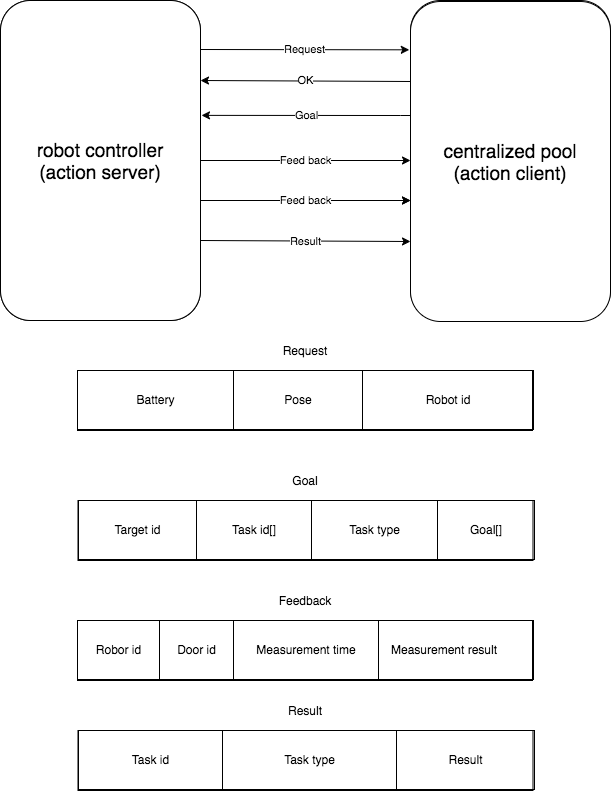
Earlier version of the draw.io export Thesis/content/images/ch3/communication_protocals.drawio.png (xuanjiao/master_thesis). Source tidied: cells renumbered, new cells last; positions are measured from the earlier drawing's top-left corner, leaving out a move shared by most shapes.
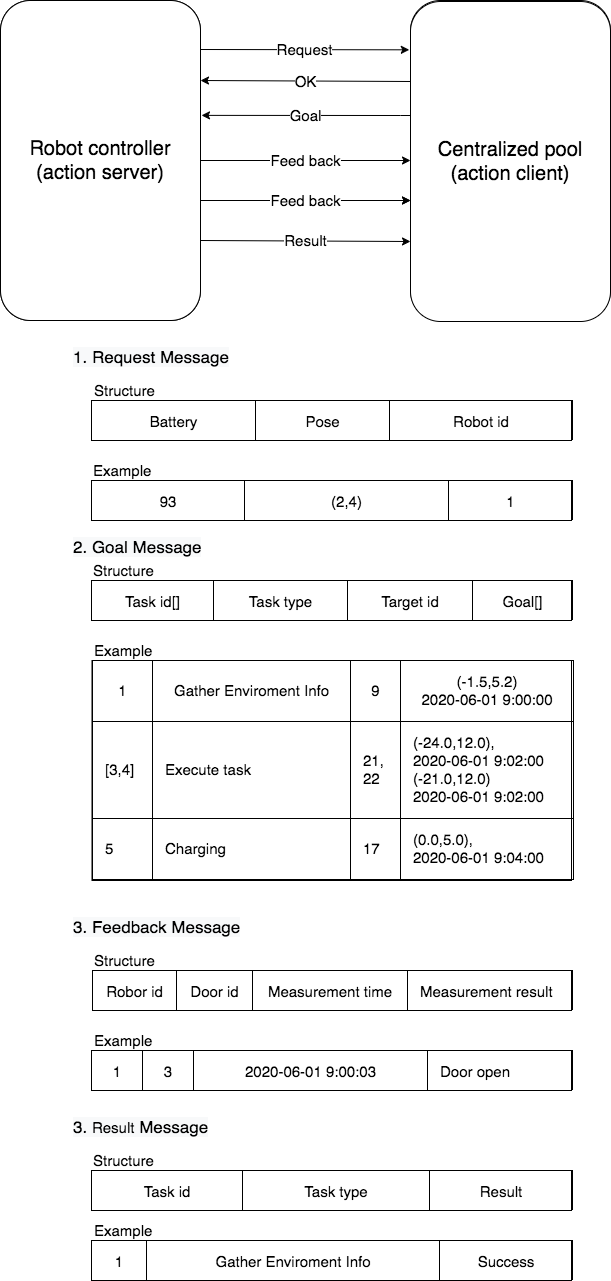
The same diagram one commit later.

What changed in the source:
```diff
@@ -4,3 +4,3 @@
     <mxCell id="1" parent="0" />
-    <mxCell id="2" value="Feed back" style="edgeStyle=orthogonalEdgeStyle;rounded=0;jettySize=auto;html=1;" parent="1" edge="1" source="3" target="5">
+    <mxCell id="2" value="Feed back" style="edgeStyle=orthogonalEdgeStyle;rounded=0;jettySize=auto;html=1;fontSize=15;" parent="1" edge="1" source="3" target="5">
       <mxGeometry relative="1" as="geometry" />
@@ -10,3 +10,3 @@
     </mxCell>
-    <mxCell id="4" value="Goal" style="edgeStyle=orthogonalEdgeStyle;rounded=0;jettySize=auto;html=1;entryX=1.005;entryY=0.359;entryDx=0;entryDy=0;entryPerimeter=0;" parent="1" edge="1" source="5" target="3">
+    <mxCell id="4" value="Goal" style="edgeStyle=orthogonalEdgeStyle;rounded=0;jettySize=auto;html=1;entryX=1.005;entryY=0.359;entryDx=0;entryDy=0;entryPerimeter=0;fontSize=15;" parent="1" edge="1" source="5" target="3">
       <mxGeometry relative="1" as="geometry">
@@ -21,3 +21,3 @@
     </mxCell>
-    <mxCell id="6" value="feed back" style="edgeStyle=orthogonalEdgeStyle;rounded=0;orthogonalLoop=1;jettySize=auto;html=1;" parent="1" edge="1">
+    <mxCell id="6" value="feed back" style="edgeStyle=orthogonalEdgeStyle;rounded=0;orthogonalLoop=1;jettySize=auto;html=1;fontSize=15;" parent="1" edge="1">
       <mxGeometry relative="1" as="geometry">
@@ -27,9 +27,9 @@
     </mxCell>
-    <mxCell id="7" value="&lt;font style=&quot;font-size: 19px&quot;&gt;robot controller&lt;br&gt;(action server)&lt;br&gt;&lt;/font&gt;" style="rounded=1;whiteSpace=wrap;html=1;glass=0;" parent="1" vertex="1">
+    <mxCell id="7" value="&lt;font style=&quot;font-size: 20px&quot;&gt;Robot controller&lt;br&gt;(action server)&lt;br&gt;&lt;/font&gt;" style="rounded=1;whiteSpace=wrap;html=1;glass=0;" parent="1" vertex="1">
       <mxGeometry width="200" height="320" as="geometry" />
     </mxCell>
-    <mxCell id="8" value="&lt;font style=&quot;font-size: 19px&quot;&gt;centralized pool&lt;br&gt;(action client)&lt;br&gt;&lt;/font&gt;" style="rounded=1;whiteSpace=wrap;html=1;" parent="1" vertex="1">
+    <mxCell id="8" value="&lt;font style=&quot;font-size: 20px&quot;&gt;Centralized pool&lt;br&gt;(action client)&lt;br&gt;&lt;/font&gt;" style="rounded=1;whiteSpace=wrap;html=1;" parent="1" vertex="1">
       <mxGeometry x="410" y="1" width="200" height="320" as="geometry" />
     </mxCell>
-    <mxCell id="9" value="Feed back" style="edgeStyle=orthogonalEdgeStyle;rounded=0;orthogonalLoop=1;jettySize=auto;html=1;" parent="1" edge="1">
+    <mxCell id="9" value="Feed back" style="edgeStyle=orthogonalEdgeStyle;rounded=0;orthogonalLoop=1;jettySize=auto;html=1;fontSize=15;" parent="1" edge="1">
       <mxGeometry relative="1" as="geometry">
@@ -39,9 +39,9 @@
     </mxCell>
-    <mxCell id="10" value="Result" style="endArrow=classic;html=1;exitX=1;exitY=0.75;exitDx=0;exitDy=0;entryX=0;entryY=0.75;entryDx=0;entryDy=0;" parent="1" edge="1" source="7" target="8">
+    <mxCell id="10" value="Result" style="endArrow=classic;html=1;exitX=1;exitY=0.75;exitDx=0;exitDy=0;entryX=0;entryY=0.75;entryDx=0;entryDy=0;fontSize=15;" parent="1" edge="1" source="7" target="8">
       <mxGeometry relative="1" as="geometry" />
     </mxCell>
-    <mxCell id="11" value="OK" style="endArrow=classic;html=1;entryX=1;entryY=0.25;entryDx=0;entryDy=0;exitX=0;exitY=0.25;exitDx=0;exitDy=0;" parent="1" edge="1" source="8" target="7">
+    <mxCell id="11" value="OK" style="endArrow=classic;html=1;entryX=1;entryY=0.25;entryDx=0;entryDy=0;exitX=0;exitY=0.25;exitDx=0;exitDy=0;fontSize=15;" parent="1" edge="1" source="8" target="7">
       <mxGeometry relative="1" as="geometry" />
     </mxCell>
-    <mxCell id="12" value="Request" style="endArrow=classic;html=1;entryX=-0.006;entryY=0.151;entryDx=0;entryDy=0;entryPerimeter=0;" parent="1" edge="1" target="8">
+    <mxCell id="12" value="&lt;font style=&quot;font-size: 15px;&quot;&gt;Request&lt;/font&gt;" style="endArrow=classic;html=1;entryX=-0.006;entryY=0.151;entryDx=0;entryDy=0;entryPerimeter=0;fontSize=15;" parent="1" edge="1" target="8">
       <mxGeometry relative="1" as="geometry">
@@ -50,26 +50,62 @@
     </mxCell>
-    <mxCell id="13" value="&lt;table border=&quot;1&quot; width=&quot;100%&quot; style=&quot;width: 100% ; height: 100% ; border-collapse: collapse ; border: 1px solid rgb(0 , 0 , 0)&quot; cellpadding=&quot;12&quot;&gt;&lt;tbody&gt;&lt;tr&gt;&lt;td align=&quot;center&quot;&gt;Battery&lt;/td&gt;&lt;td align=&quot;center&quot;&gt;Pose&lt;/td&gt;&lt;td align=&quot;center&quot;&gt;Robot id&lt;/td&gt;&lt;/tr&gt;&lt;/tbody&gt;&lt;/table&gt;" style="text;html=1;strokeColor=#000000;fillColor=none;overflow=fill;shadow=0;labelBackgroundColor=none;glass=0;labelBorderColor=none;" parent="1" vertex="1">
-      <mxGeometry x="77" y="370" width="455" height="60" as="geometry" />
+    <mxCell id="13" value="&lt;table border=&quot;1&quot; width=&quot;100%&quot; style=&quot;width: 100%; height: 100%; border-collapse: collapse; border: 1px solid rgb(0, 0, 0); font-size: 15px;&quot; cellpadding=&quot;12&quot;&gt;&lt;tbody style=&quot;font-size: 15px;&quot;&gt;&lt;tr style=&quot;font-size: 15px;&quot;&gt;&lt;td align=&quot;center&quot; style=&quot;font-size: 15px;&quot;&gt;&lt;font style=&quot;font-size: 15px;&quot;&gt;Battery&lt;/font&gt;&lt;/td&gt;&lt;td align=&quot;center&quot; style=&quot;font-size: 15px;&quot;&gt;&lt;font style=&quot;font-size: 15px;&quot;&gt;Pose&lt;/font&gt;&lt;/td&gt;&lt;td align=&quot;center&quot; style=&quot;font-size: 15px;&quot;&gt;&lt;font style=&quot;font-size: 15px;&quot;&gt;Robot id&lt;/font&gt;&lt;/td&gt;&lt;/tr&gt;&lt;/tbody&gt;&lt;/table&gt;" style="text;html=1;strokeColor=#000000;fillColor=none;overflow=fill;shadow=0;labelBackgroundColor=none;glass=0;labelBorderColor=none;fontSize=15;" parent="1" vertex="1">
+      <mxGeometry x="91" y="400" width="480" height="40" as="geometry" />
     </mxCell>
-    <mxCell id="14" value="Request" style="text;html=1;strokeColor=none;fillColor=none;align=center;verticalAlign=middle;whiteSpace=wrap;rounded=0;shadow=0;glass=0;labelBackgroundColor=none;" parent="1" vertex="1">
-      <mxGeometry x="285" y="340" width="40" height="20" as="geometry" />
+    <mxCell id="14" value="Structure" style="text;html=1;strokeColor=none;fillColor=none;align=left;verticalAlign=middle;whiteSpace=wrap;rounded=0;shadow=0;glass=0;labelBackgroundColor=none;fontSize=15;" parent="1" vertex="1">
+      <mxGeometry x="91.5" y="380" width="124" height="20" as="geometry" />
     </mxCell>
-    <mxCell id="15" value="&lt;table border=&quot;1&quot; width=&quot;100%&quot; style=&quot;width: 100% ; height: 100% ; border-collapse: collapse ; border: 1px solid rgb(0 , 0 , 0)&quot; cellpadding=&quot;12&quot;&gt;&lt;tbody&gt;&lt;tr&gt;&lt;td align=&quot;center&quot;&gt;Robor id&lt;/td&gt;&lt;td align=&quot;center&quot;&gt;Door id&lt;/td&gt;&lt;td align=&quot;center&quot;&gt;Measurement time&lt;/td&gt;&lt;td&gt;Measurement result&lt;/td&gt;&lt;/tr&gt;&lt;/tbody&gt;&lt;/table&gt;" style="text;html=1;strokeColor=#000000;fillColor=none;overflow=fill;shadow=0;labelBackgroundColor=none;glass=0;labelBorderColor=none;" parent="1" vertex="1">
-      <mxGeometry x="77" y="620" width="455" height="60" as="geometry" />
+    <mxCell id="15" value="&lt;table border=&quot;1&quot; width=&quot;100%&quot; style=&quot;width: 100%; height: 100%; border-collapse: collapse; border: 1px solid rgb(0, 0, 0); font-size: 15px;&quot; cellpadding=&quot;12&quot;&gt;&lt;tbody style=&quot;font-size: 15px;&quot;&gt;&lt;tr style=&quot;font-size: 15px;&quot;&gt;&lt;td align=&quot;center&quot; style=&quot;font-size: 15px;&quot;&gt;Robor id&lt;/td&gt;&lt;td align=&quot;center&quot; style=&quot;font-size: 15px;&quot;&gt;Door id&lt;/td&gt;&lt;td align=&quot;center&quot; style=&quot;font-size: 15px;&quot;&gt;Measurement time&lt;/td&gt;&lt;td style=&quot;font-size: 15px;&quot;&gt;Measurement result&lt;/td&gt;&lt;/tr&gt;&lt;/tbody&gt;&lt;/table&gt;" style="text;html=1;strokeColor=#000000;fillColor=none;overflow=fill;shadow=0;labelBackgroundColor=none;glass=0;labelBorderColor=none;fontSize=15;" parent="1" vertex="1">
+      <mxGeometry x="92" y="970" width="479" height="40" as="geometry" />
     </mxCell>
-    <mxCell id="16" value="Feedback" style="text;html=1;strokeColor=none;fillColor=none;align=center;verticalAlign=middle;whiteSpace=wrap;rounded=0;shadow=0;glass=0;labelBackgroundColor=none;" parent="1" vertex="1">
-      <mxGeometry x="285" y="590" width="40" height="20" as="geometry" />
-    </mxCell>
-    <mxCell id="17" value="&lt;table border=&quot;1&quot; width=&quot;100%&quot; style=&quot;width: 100% ; height: 100% ; border-collapse: collapse ; border: 1px solid rgb(0 , 0 , 0)&quot; cellpadding=&quot;12&quot;&gt;&lt;tbody&gt;&lt;tr&gt;&lt;td align=&quot;center&quot;&gt;Task id&lt;/td&gt;&lt;td align=&quot;center&quot;&gt;Task type&lt;/td&gt;&lt;td align=&quot;center&quot;&gt;Result&lt;/td&gt;&lt;/tr&gt;&lt;/tbody&gt;&lt;/table&gt;" style="text;html=1;strokeColor=#000000;fillColor=none;overflow=fill;shadow=0;labelBackgroundColor=none;glass=0;labelBorderColor=none;" parent="1" vertex="1">
-      <mxGeometry x="77.5" y="730" width="455" height="60" as="geometry" />
+    <mxCell id="17" value="&lt;table border=&quot;1&quot; width=&quot;100%&quot; style=&quot;width: 100%; height: 100%; border-collapse: collapse; border: 1px solid rgb(0, 0, 0); font-size: 15px;&quot; cellpadding=&quot;12&quot;&gt;&lt;tbody style=&quot;font-size: 15px;&quot;&gt;&lt;tr style=&quot;font-size: 15px;&quot;&gt;&lt;td align=&quot;center&quot; style=&quot;font-size: 15px;&quot;&gt;Task id&lt;/td&gt;&lt;td align=&quot;center&quot; style=&quot;font-size: 15px;&quot;&gt;Task type&lt;/td&gt;&lt;td align=&quot;center&quot; style=&quot;font-size: 15px;&quot;&gt;Result&lt;/td&gt;&lt;/tr&gt;&lt;/tbody&gt;&lt;/table&gt;" style="text;html=1;strokeColor=#000000;fillColor=none;overflow=fill;shadow=0;labelBackgroundColor=none;glass=0;labelBorderColor=none;fontSize=15;" parent="1" vertex="1">
+      <mxGeometry x="91" y="1170" width="480" height="40" as="geometry" />
     </mxCell>
-    <mxCell id="18" value="Result" style="text;html=1;strokeColor=none;fillColor=none;align=center;verticalAlign=middle;whiteSpace=wrap;rounded=0;shadow=0;glass=0;labelBackgroundColor=none;" parent="1" vertex="1">
-      <mxGeometry x="285" y="700" width="40" height="20" as="geometry" />
-    </mxCell>
-    <mxCell id="19" value="&lt;table border=&quot;1&quot; width=&quot;100%&quot; style=&quot;width: 100% ; height: 100% ; border-collapse: collapse ; border: 1px solid rgb(0 , 0 , 0)&quot; cellpadding=&quot;12&quot;&gt;&lt;tbody&gt;&lt;tr&gt;&lt;td align=&quot;center&quot;&gt;&lt;span&gt;Target id&lt;/span&gt;&lt;br&gt;&lt;/td&gt;&lt;td style=&quot;text-align: center&quot;&gt;&lt;span&gt;Task id[]&lt;/span&gt;&lt;br&gt;&lt;/td&gt;&lt;td align=&quot;center&quot;&gt;Task type&lt;br&gt;&lt;/td&gt;&lt;td align=&quot;center&quot;&gt;Goal[]&lt;br&gt;&lt;/td&gt;&lt;/tr&gt;&lt;/tbody&gt;&lt;/table&gt;" style="text;html=1;strokeColor=#000000;fillColor=none;overflow=fill;shadow=0;labelBackgroundColor=none;glass=0;labelBorderColor=none;" parent="1" vertex="1">
-      <mxGeometry x="77.5" y="500" width="455" height="60" as="geometry" />
+    <mxCell id="19" value="&lt;table border=&quot;1&quot; width=&quot;100%&quot; style=&quot;width: 100% ; height: 100% ; border-collapse: collapse ; border: 1px solid rgb(0 , 0 , 0) ; font-size: 15px&quot; cellpadding=&quot;12&quot;&gt;&lt;tbody style=&quot;font-size: 15px&quot;&gt;&lt;tr style=&quot;font-size: 15px&quot;&gt;&lt;td align=&quot;center&quot; style=&quot;font-size: 15px&quot;&gt;Task id[]&lt;br style=&quot;font-size: 15px&quot;&gt;&lt;/td&gt;&lt;td style=&quot;text-align: center ; font-size: 15px&quot;&gt;Task type&lt;br style=&quot;font-size: 15px&quot;&gt;&lt;/td&gt;&lt;td align=&quot;center&quot; style=&quot;font-size: 15px&quot;&gt;Target id&lt;br style=&quot;font-size: 15px&quot;&gt;&lt;/td&gt;&lt;td align=&quot;center&quot; style=&quot;font-size: 15px&quot;&gt;Goal[]&lt;br style=&quot;font-size: 15px&quot;&gt;&lt;/td&gt;&lt;/tr&gt;&lt;/tbody&gt;&lt;/table&gt;" style="text;html=1;strokeColor=#000000;fillColor=none;overflow=fill;shadow=0;labelBackgroundColor=none;glass=0;labelBorderColor=none;fontSize=15;" parent="1" vertex="1">
+      <mxGeometry x="91" y="580" width="480" height="40" as="geometry" />
     </mxCell>
-    <mxCell id="20" value="Goal" style="text;html=1;strokeColor=none;fillColor=none;align=center;verticalAlign=middle;whiteSpace=wrap;rounded=0;shadow=0;glass=0;labelBackgroundColor=none;" parent="1" vertex="1">
-      <mxGeometry x="285" y="470" width="40" height="20" as="geometry" />
-    </mxCell>
+    <mxCell id="21" value="&lt;span style=&quot;color: rgb(0, 0, 0); font-family: helvetica; font-size: 17px; font-style: normal; font-weight: 400; letter-spacing: normal; text-align: center; text-indent: 0px; text-transform: none; word-spacing: 0px; background-color: rgb(248, 249, 250); float: none; display: inline;&quot;&gt;1. Request Message&lt;/span&gt;" style="text;whiteSpace=wrap;html=1;fontSize=17;" parent="1" vertex="1">
+      <mxGeometry x="71" y="340" width="190" height="30" as="geometry" />
+    </mxCell>
+    <mxCell id="22" value="&lt;table border=&quot;1&quot; width=&quot;100%&quot; style=&quot;width: 100%; height: 100%; border-collapse: collapse; border: 1px solid rgb(0, 0, 0); font-size: 15px;&quot; cellpadding=&quot;12&quot;&gt;&lt;tbody style=&quot;font-size: 15px;&quot;&gt;&lt;tr style=&quot;font-size: 15px;&quot;&gt;&lt;td align=&quot;center&quot; style=&quot;font-size: 15px;&quot;&gt;&lt;font style=&quot;font-size: 15px;&quot;&gt;93&lt;/font&gt;&lt;/td&gt;&lt;td align=&quot;center&quot; style=&quot;font-size: 15px;&quot;&gt;&lt;font style=&quot;font-size: 15px;&quot;&gt;(2,4)&lt;/font&gt;&lt;/td&gt;&lt;td align=&quot;center&quot; style=&quot;font-size: 15px;&quot;&gt;&lt;font style=&quot;font-size: 15px;&quot;&gt;1&lt;/font&gt;&lt;/td&gt;&lt;/tr&gt;&lt;/tbody&gt;&lt;/table&gt;" style="text;html=1;strokeColor=#000000;fillColor=none;overflow=fill;shadow=0;labelBackgroundColor=none;glass=0;labelBorderColor=none;fontSize=15;" parent="1" vertex="1">
+      <mxGeometry x="91" y="480" width="480" height="40" as="geometry" />
+    </mxCell>
+    <mxCell id="23" value="&lt;font style=&quot;font-size: 15px;&quot;&gt;Example&lt;/font&gt;" style="text;html=1;strokeColor=none;fillColor=none;align=left;verticalAlign=middle;whiteSpace=wrap;rounded=0;shadow=0;glass=0;labelBackgroundColor=none;fontSize=15;" parent="1" vertex="1">
+      <mxGeometry x="91" y="460" width="124" height="20" as="geometry" />
+    </mxCell>
+    <mxCell id="24" value="&lt;span style=&quot;color: rgb(0 , 0 , 0) ; font-family: &amp;#34;helvetica&amp;#34; ; font-style: normal ; font-weight: 400 ; letter-spacing: normal ; text-align: center ; text-indent: 0px ; text-transform: none ; word-spacing: 0px ; background-color: rgb(248 , 249 , 250) ; float: none ; display: inline ; font-size: 17px&quot;&gt;2.&amp;nbsp;&lt;span style=&quot;font-family: &amp;#34;helvetica&amp;#34; ; font-size: 17px&quot;&gt;Goal&lt;/span&gt;&amp;nbsp;Message&lt;/span&gt;" style="text;whiteSpace=wrap;html=1;fontSize=17;" parent="1" vertex="1">
+      <mxGeometry x="71" y="530" width="190" height="30" as="geometry" />
+    </mxCell>
+    <mxCell id="25" value="Structure" style="text;html=1;strokeColor=none;fillColor=none;align=left;verticalAlign=middle;whiteSpace=wrap;rounded=0;shadow=0;glass=0;labelBackgroundColor=none;fontSize=15;" parent="1" vertex="1">
+      <mxGeometry x="91" y="560" width="124" height="20" as="geometry" />
+    </mxCell>
+    <mxCell id="26" value="&lt;font style=&quot;font-size: 15px;&quot;&gt;Example&lt;/font&gt;" style="text;html=1;strokeColor=none;fillColor=none;align=left;verticalAlign=middle;whiteSpace=wrap;rounded=0;shadow=0;glass=0;labelBackgroundColor=none;fontSize=15;" parent="1" vertex="1">
+      <mxGeometry x="92" y="640" width="124" height="20" as="geometry" />
+    </mxCell>
+    <mxCell id="27" value="&lt;table border=&quot;1&quot; width=&quot;100%&quot; style=&quot;width: 100%; height: 100%; border-collapse: collapse; border: 1px solid rgb(0, 0, 0); font-size: 15px;&quot; cellpadding=&quot;12&quot;&gt;&lt;tbody style=&quot;font-size: 15px;&quot;&gt;&lt;tr style=&quot;font-size: 15px;&quot;&gt;&lt;td align=&quot;center&quot; style=&quot;font-size: 15px;&quot;&gt;1&lt;/td&gt;&lt;td style=&quot;text-align: center; font-size: 15px;&quot;&gt;&lt;span style=&quot;font-size: 15px;&quot;&gt;Gather Enviroment Info&lt;/span&gt;&lt;br style=&quot;font-size: 15px;&quot;&gt;&lt;/td&gt;&lt;td align=&quot;center&quot; style=&quot;font-size: 15px;&quot;&gt;9&lt;/td&gt;&lt;td align=&quot;center&quot; style=&quot;font-size: 15px;&quot;&gt;(-1.5,5.2)&lt;br style=&quot;font-size: 15px;&quot;&gt;&lt;span style=&quot;font-size: 15px;&quot;&gt;&lt;font style=&quot;font-size: 15px;&quot;&gt;2020-06-01 9:00:00&lt;/font&gt;&lt;/span&gt;&lt;br style=&quot;font-size: 15px;&quot;&gt;&lt;/td&gt;&lt;/tr&gt;&lt;tr style=&quot;font-size: 15px;&quot;&gt;&lt;td style=&quot;font-size: 15px;&quot;&gt;[3,4]&lt;/td&gt;&lt;td style=&quot;font-size: 15px;&quot;&gt;&lt;span style=&quot;font-size: 15px; text-align: center;&quot;&gt;Execute task&lt;/span&gt;&lt;br style=&quot;font-size: 15px;&quot;&gt;&lt;/td&gt;&lt;td style=&quot;font-size: 15px;&quot;&gt;21,&lt;br style=&quot;font-size: 15px;&quot;&gt;22&lt;/td&gt;&lt;td style=&quot;font-size: 15px;&quot;&gt;(-24.0,12.0),&lt;br style=&quot;font-size: 15px;&quot;&gt;2020-06-01 9:02:00&lt;br style=&quot;font-size: 15px;&quot;&gt;(-21.0,12.0)&lt;br style=&quot;font-size: 15px;&quot;&gt;2020-06-01 9:02:00&lt;br style=&quot;font-size: 15px;&quot;&gt;&lt;/td&gt;&lt;/tr&gt;&lt;tr style=&quot;font-size: 15px;&quot;&gt;&lt;td style=&quot;font-size: 15px;&quot;&gt;5&lt;/td&gt;&lt;td style=&quot;font-size: 15px;&quot;&gt;Charging&lt;/td&gt;&lt;td style=&quot;font-size: 15px;&quot;&gt;17&lt;/td&gt;&lt;td style=&quot;font-size: 15px;&quot;&gt;(0.0,5.0),&lt;br style=&quot;font-size: 15px;&quot;&gt;2020-06-01 9:04:00&lt;br style=&quot;font-size: 15px;&quot;&gt;&lt;/td&gt;&lt;/tr&gt;&lt;/tbody&gt;&lt;/table&gt;" style="text;html=1;strokeColor=#000000;fillColor=none;overflow=fill;shadow=0;labelBackgroundColor=none;glass=0;labelBorderColor=none;fontSize=15;" parent="1" vertex="1">
+      <mxGeometry x="91.5" y="660" width="479.5" height="220" as="geometry" />
+    </mxCell>
+    <mxCell id="28" value="&lt;span style=&quot;color: rgb(0 , 0 , 0) ; font-family: &amp;#34;helvetica&amp;#34; ; font-style: normal ; font-weight: 400 ; letter-spacing: normal ; text-align: center ; text-indent: 0px ; text-transform: none ; word-spacing: 0px ; background-color: rgb(248 , 249 , 250) ; float: none ; display: inline ; font-size: 17px&quot;&gt;3. Feedback&amp;nbsp;Message&lt;/span&gt;" style="text;whiteSpace=wrap;html=1;fontSize=17;" parent="1" vertex="1">
+      <mxGeometry x="71" y="910" width="190" height="30" as="geometry" />
+    </mxCell>
+    <mxCell id="29" value="Structure" style="text;html=1;strokeColor=none;fillColor=none;align=left;verticalAlign=middle;whiteSpace=wrap;rounded=0;shadow=0;glass=0;labelBackgroundColor=none;fontSize=15;" parent="1" vertex="1">
+      <mxGeometry x="92" y="950" width="124" height="20" as="geometry" />
+    </mxCell>
+    <mxCell id="30" value="&lt;font style=&quot;font-size: 15px;&quot;&gt;Example&lt;/font&gt;" style="text;html=1;strokeColor=none;fillColor=none;align=left;verticalAlign=middle;whiteSpace=wrap;rounded=0;shadow=0;glass=0;labelBackgroundColor=none;fontSize=15;" parent="1" vertex="1">
+      <mxGeometry x="92" y="1030" width="124" height="20" as="geometry" />
+    </mxCell>
+    <mxCell id="31" value="&lt;table border=&quot;1&quot; width=&quot;100%&quot; style=&quot;width: 100% ; height: 100% ; border-collapse: collapse ; border: 1px solid rgb(0 , 0 , 0) ; font-size: 15px&quot; cellpadding=&quot;12&quot;&gt;&lt;tbody style=&quot;font-size: 15px&quot;&gt;&lt;tr style=&quot;font-size: 15px&quot;&gt;&lt;td align=&quot;center&quot; style=&quot;font-size: 15px&quot;&gt;1&lt;/td&gt;&lt;td align=&quot;center&quot; style=&quot;font-size: 15px&quot;&gt;3&lt;/td&gt;&lt;td align=&quot;center&quot; style=&quot;font-size: 15px&quot;&gt;2020-06-01 9:00:03&lt;br&gt;&lt;/td&gt;&lt;td style=&quot;font-size: 15px&quot;&gt;Door open&lt;/td&gt;&lt;/tr&gt;&lt;/tbody&gt;&lt;/table&gt;" style="text;html=1;strokeColor=#000000;fillColor=none;overflow=fill;shadow=0;labelBackgroundColor=none;glass=0;labelBorderColor=none;fontSize=15;" parent="1" vertex="1">
+      <mxGeometry x="91" y="1050" width="480" height="40" as="geometry" />
+    </mxCell>
+    <mxCell id="32" value="&lt;span style=&quot;color: rgb(0 , 0 , 0) ; font-family: &amp;#34;helvetica&amp;#34; ; font-style: normal ; font-weight: 400 ; letter-spacing: normal ; text-align: center ; text-indent: 0px ; text-transform: none ; word-spacing: 0px ; background-color: rgb(248 , 249 , 250) ; float: none ; display: inline ; font-size: 17px&quot;&gt;3.&amp;nbsp;&lt;span style=&quot;font-family: &amp;#34;helvetica&amp;#34; ; font-size: 15px&quot;&gt;Result&lt;/span&gt;&amp;nbsp;Message&lt;/span&gt;" style="text;whiteSpace=wrap;html=1;fontSize=17;" parent="1" vertex="1">
+      <mxGeometry x="71" y="1110" width="190" height="30" as="geometry" />
+    </mxCell>
+    <mxCell id="33" value="Structure" style="text;html=1;strokeColor=none;fillColor=none;align=left;verticalAlign=middle;whiteSpace=wrap;rounded=0;shadow=0;glass=0;labelBackgroundColor=none;fontSize=15;" parent="1" vertex="1">
+      <mxGeometry x="91" y="1150" width="124" height="20" as="geometry" />
+    </mxCell>
+    <mxCell id="34" value="&lt;font style=&quot;font-size: 15px;&quot;&gt;Example&lt;/font&gt;" style="text;html=1;strokeColor=none;fillColor=none;align=left;verticalAlign=middle;whiteSpace=wrap;rounded=0;shadow=0;glass=0;labelBackgroundColor=none;fontSize=15;" parent="1" vertex="1">
+      <mxGeometry x="92" y="1220" width="124" height="20" as="geometry" />
+    </mxCell>
+    <mxCell id="35" value="&lt;table border=&quot;1&quot; width=&quot;100%&quot; style=&quot;width: 100% ; height: 100% ; border-collapse: collapse ; border: 1px solid rgb(0 , 0 , 0) ; font-size: 15px&quot; cellpadding=&quot;12&quot;&gt;&lt;tbody style=&quot;font-size: 15px&quot;&gt;&lt;tr style=&quot;font-size: 15px&quot;&gt;&lt;td align=&quot;center&quot; style=&quot;font-size: 15px&quot;&gt;1&lt;br&gt;&lt;/td&gt;&lt;td align=&quot;center&quot; style=&quot;font-size: 15px&quot;&gt;Gather Enviroment Info&lt;br&gt;&lt;/td&gt;&lt;td align=&quot;center&quot; style=&quot;font-size: 15px&quot;&gt;Success&lt;/td&gt;&lt;/tr&gt;&lt;/tbody&gt;&lt;/table&gt;" style="text;html=1;strokeColor=#000000;fillColor=none;overflow=fill;shadow=0;labelBackgroundColor=none;glass=0;labelBorderColor=none;fontSize=15;" parent="1" vertex="1">
+      <mxGeometry x="91" y="1240" width="480" height="40" as="geometry" />
+    </mxCell>
   </root>
```
